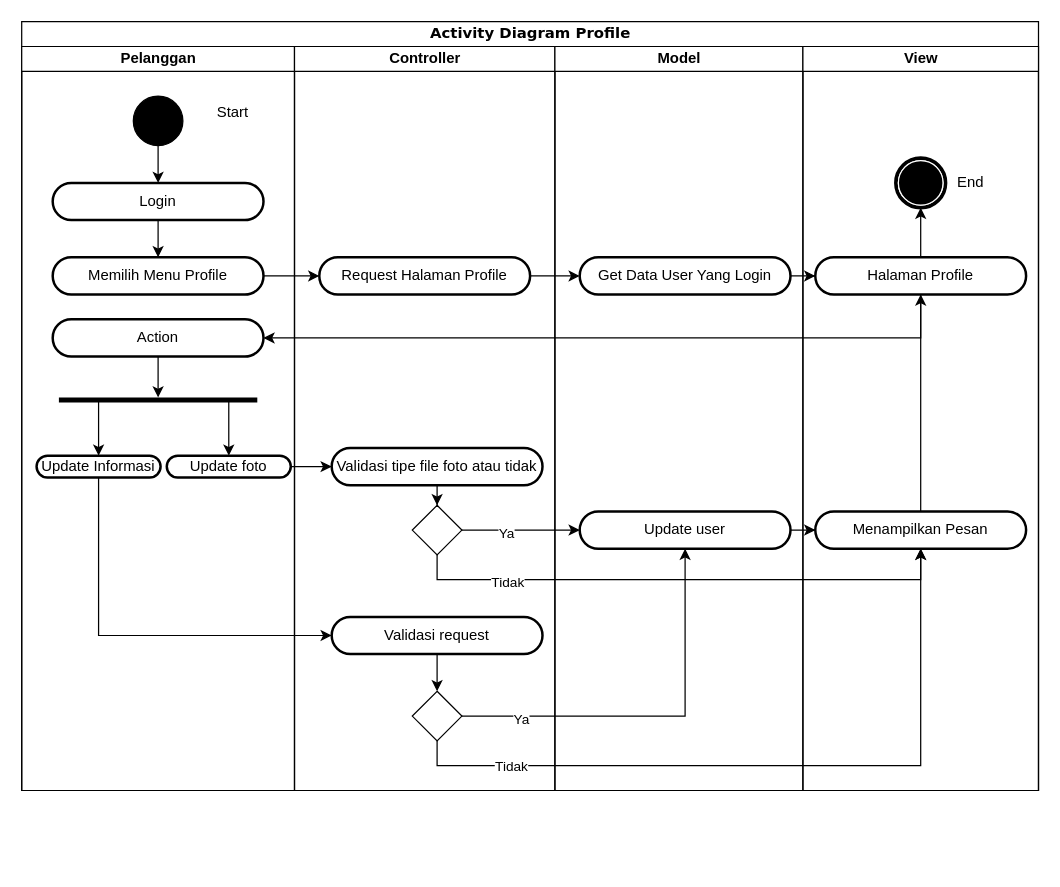
ThikerXCX/umltoko keeps this draw.io diagram as activity Diagram profile.drawio. Above is the earlier version. Source tidied: cells renumbered, new cells numbered last; positions are measured from the earlier drawing's top-left corner, leaving out a move shared by most shapes. Both pictures are drawn from the tidied source at 124%, with x=0, y=0 at pixel (21, 21).
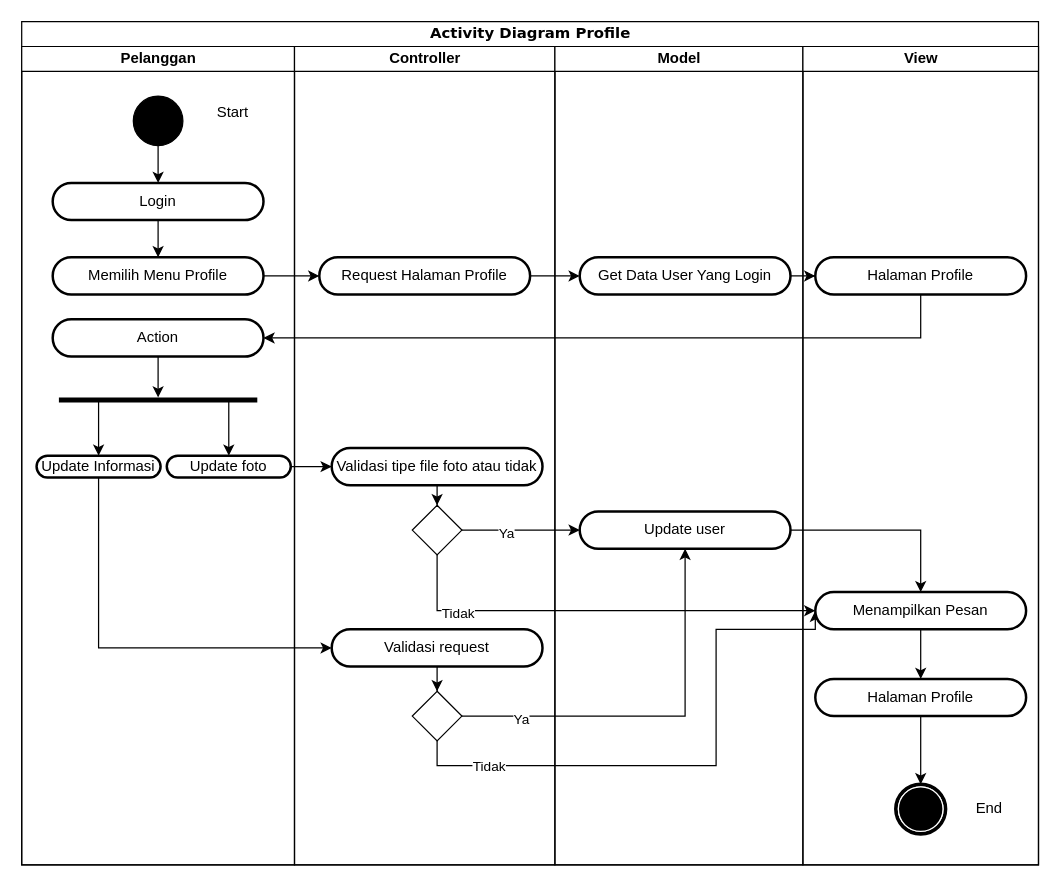
The same diagram, later.

The change refers to these unchanged cells:
```xml
<mxCell id="20" style="rhombus;whiteSpace=wrap;html=1;" parent="16" vertex="1">
  <mxGeometry x="95" y="370" width="40" height="40" as="geometry" />
</mxCell>
<mxCell id="23" style="rhombus;whiteSpace=wrap;html=1;" parent="16" vertex="1">
  <mxGeometry x="95" y="520" width="40" height="40" as="geometry" />
</mxCell>
<mxCell id="43" value="Halaman Profile" style="rounded=1;whiteSpace=wrap;html=1;strokeWidth=2;fillStyle=solid;arcSize=50;" parent="41" vertex="1">
  <mxGeometry x="10" y="170" width="170" height="30" as="geometry" />
</mxCell>
```

Diff of the diagram source:
```diff
@@
     <mxCell id="2" value="Activity Diagram Profile" style="swimlane;html=1;startSize=20;rounded=0;shadow=0;comic=0;labelBackgroundColor=none;strokeWidth=1;fontFamily=Verdana;fontSize=12;align=center;" parent="1" vertex="1">
-      <mxGeometry width="820" height="620" as="geometry" />
+      <mxGeometry width="820" height="680" as="geometry" />
     </mxCell>
     <mxCell id="3" value="Pelanggan" style="swimlane;html=1;startSize=20;" parent="2" vertex="1">
-      <mxGeometry y="20" width="220" height="600" as="geometry" />
+      <mxGeometry y="20" width="220" height="660" as="geometry" />
     </mxCell>
@@
     <mxCell id="16" value="Controller" style="swimlane;html=1;startSize=20;" parent="2" vertex="1">
-      <mxGeometry x="220" y="20" width="210" height="600" as="geometry" />
+      <mxGeometry x="220" y="20" width="210" height="660" as="geometry" />
     </mxCell>
@@
     <mxCell id="22" value="Validasi request" style="rounded=1;whiteSpace=wrap;html=1;strokeWidth=2;fillStyle=solid;arcSize=50;" parent="16" vertex="1">
-      <mxGeometry x="30" y="460" width="170" height="30" as="geometry" />
+      <mxGeometry x="30" y="470" width="170" height="30" as="geometry" />
     </mxCell>
@@
     <mxCell id="24" value="Model" style="swimlane;html=1;startSize=20;" parent="2" vertex="1">
-      <mxGeometry x="430" y="20" width="200" height="600" as="geometry" />
+      <mxGeometry x="430" y="20" width="200" height="660" as="geometry" />
     </mxCell>
@@
-    <mxCell id="34" style="edgeStyle=orthogonalEdgeStyle;rounded=0;jettySize=auto;html=1;entryX=0.5;entryY=1;entryDx=0;entryDy=0;exitX=0.5;exitY=1;exitDx=0;exitDy=0;" parent="2" edge="1" source="20" target="45">
+    <mxCell id="34" style="edgeStyle=orthogonalEdgeStyle;rounded=0;jettySize=auto;html=1;entryX=0;entryY=0.5;entryDx=0;entryDy=0;exitX=0.5;exitY=1;exitDx=0;exitDy=0;" parent="2" edge="1" source="20" target="45">
       <mxGeometry relative="1" as="geometry" />
     </mxCell>
@@
-    <mxCell id="39" style="edgeStyle=orthogonalEdgeStyle;rounded=0;jettySize=auto;html=1;entryX=0.5;entryY=1;entryDx=0;entryDy=0;exitX=0.5;exitY=1;exitDx=0;exitDy=0;" parent="2" edge="1" source="23" target="45">
-      <mxGeometry relative="1" as="geometry" />
+    <mxCell id="39" style="edgeStyle=orthogonalEdgeStyle;rounded=0;jettySize=auto;html=1;entryX=0;entryY=0.5;entryDx=0;entryDy=0;exitX=0.5;exitY=1;exitDx=0;exitDy=0;" parent="2" edge="1" source="23" target="45">
+      <mxGeometry relative="1" as="geometry">
+        <Array as="points">
+          <mxPoint x="335" y="600" />
+          <mxPoint x="560" y="600" />
+          <mxPoint x="560" y="490" />
+          <mxPoint x="640" y="490" />
+        </Array>
+      </mxGeometry>
     </mxCell>
@@
     <mxCell id="41" value="View" style="swimlane;html=1;startSize=20;" parent="2" vertex="1">
-      <mxGeometry x="630" y="20" width="190" height="600" as="geometry" />
+      <mxGeometry x="630" y="20" width="190" height="660" as="geometry" />
     </mxCell>
-    <mxCell id="42" style="edgeStyle=orthogonalEdgeStyle;rounded=0;jettySize=auto;html=1;entryX=0.5;entryY=1;entryDx=0;entryDy=0;" parent="41" edge="1" source="43" target="46">
-      <mxGeometry relative="1" as="geometry" />
-    </mxCell>
@@
-    <mxCell id="44" style="edgeStyle=orthogonalEdgeStyle;rounded=0;jettySize=auto;html=1;" parent="41" edge="1" source="45" target="43">
-      <mxGeometry relative="1" as="geometry" />
-    </mxCell>
+    <mxCell id="50" style="edgeStyle=orthogonalEdgeStyle;rounded=0;jettySize=auto;html=1;entryX=0.5;entryY=0;entryDx=0;entryDy=0;" parent="41" edge="1" source="45" target="52">
+      <mxGeometry relative="1" as="geometry" />
+    </mxCell>
     <mxCell id="45" value="Menampilkan Pesan" style="rounded=1;whiteSpace=wrap;html=1;strokeWidth=2;fillStyle=solid;arcSize=50;" parent="41" vertex="1">
-      <mxGeometry x="10" y="375" width="170" height="30" as="geometry" />
+      <mxGeometry x="10" y="440" width="170" height="30" as="geometry" />
     </mxCell>
+    <mxCell id="47" value="End" style="text;html=1;align=center;verticalAlign=middle;strokeColor=none;fillColor=none;" parent="41" vertex="1">
+      <mxGeometry x="130" y="600" width="40" height="30" as="geometry" />
+    </mxCell>
+    <mxCell id="51" style="edgeStyle=orthogonalEdgeStyle;rounded=0;jettySize=auto;html=1;entryX=0.5;entryY=0;entryDx=0;entryDy=0;" parent="41" edge="1" source="52" target="46">
+      <mxGeometry relative="1" as="geometry" />
+    </mxCell>
+    <mxCell id="52" value="Halaman Profile" style="rounded=1;whiteSpace=wrap;html=1;strokeWidth=2;fillStyle=solid;arcSize=50;" parent="41" vertex="1">
+      <mxGeometry x="10" y="510" width="170" height="30" as="geometry" />
+    </mxCell>
     <mxCell id="46" style="shape=mxgraph.bpmn.shape;html=1;verticalLabelPosition=bottom;labelBackgroundColor=#ffffff;verticalAlign=top;perimeter=ellipsePerimeter;outline=end;symbol=terminate;rounded=0;shadow=0;comic=0;strokeWidth=1;fontFamily=Verdana;fontSize=12;align=center;" parent="41" vertex="1">
-      <mxGeometry x="75" y="90" width="40" height="40" as="geometry" />
+      <mxGeometry x="75" y="595" width="40" height="40" as="geometry" />
     </mxCell>
-    <mxCell id="47" value="End" style="text;html=1;align=center;verticalAlign=middle;strokeColor=none;fillColor=none;" parent="41" vertex="1">
-      <mxGeometry x="115" y="95" width="40" height="30" as="geometry" />
-    </mxCell>
```
